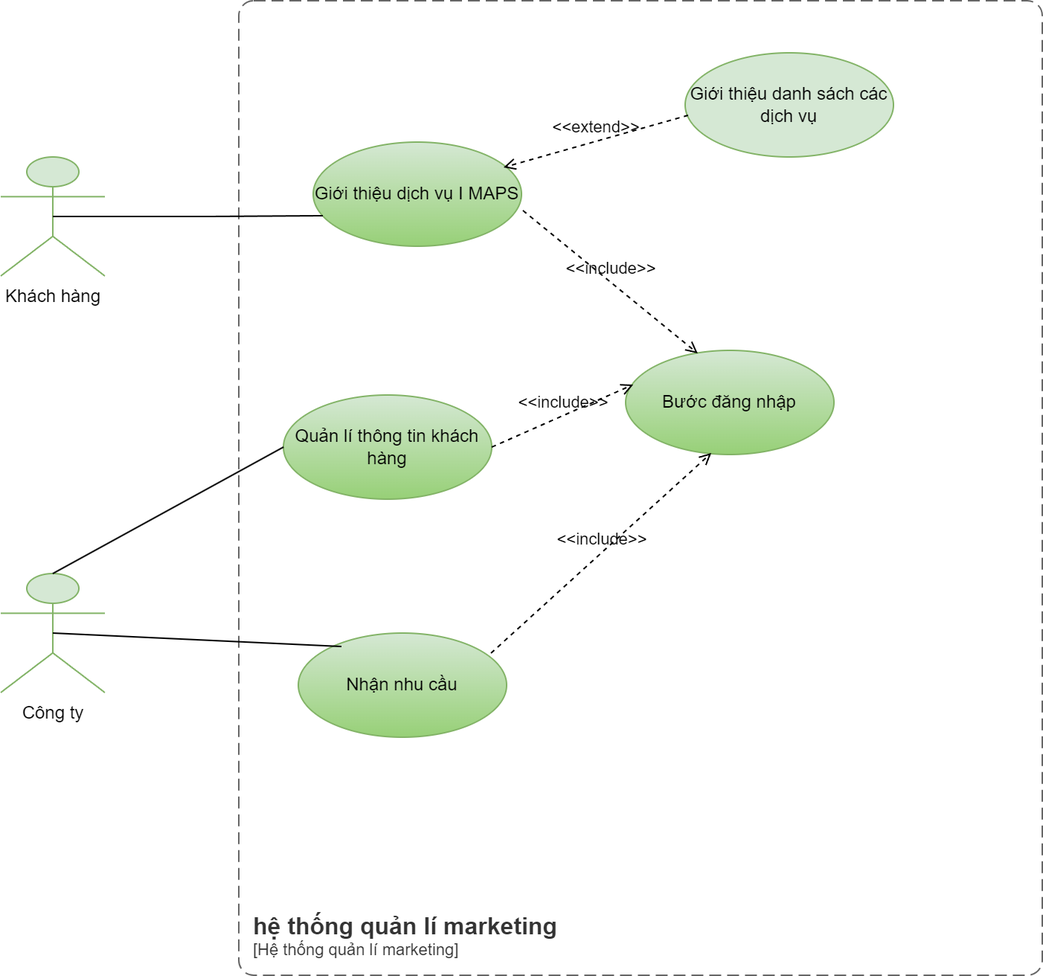
The draw.io diagram NhómPTTKHTT-UCD-Nhóm.drawio.png in PhanThienAn48k14-1/48k141.03, before a commit. Source tidied: cells renumbered, new cells last; positions are measured from the earlier drawing's top-left corner, leaving out a move shared by most shapes. Its diagram source:
```xml
<mxGraphModel>
  <root>
    <mxCell id="0" />
    <mxCell id="1" parent="0" />
    <object id="2" label="&lt;font style=&quot;font-size: 16px&quot;&gt;&lt;b&gt;&lt;div style=&quot;text-align: left&quot;&gt;%c4Name%&lt;/div&gt;&lt;/b&gt;&lt;/font&gt;&lt;div style=&quot;text-align: left&quot;&gt;[%c4Application%]&lt;/div&gt;" c4Application="Hệ thống quản lí marketing" c4Name="hệ thống quản lí marketing" c4Type="SystemScopeBoundary" placeholders="1">
      <mxCell style="rounded=1;fontSize=11;whiteSpace=wrap;html=1;dashed=1;arcSize=20;fillColor=none;strokeColor=#666666;fontColor=#333333;labelBackgroundColor=none;align=left;verticalAlign=bottom;labelBorderColor=none;spacingTop=0;spacing=10;dashPattern=8 4;perimeter=rectanglePerimeter;noLabel=0;labelPadding=0;absoluteArcSize=1;" parent="1" vertex="1">
        <mxGeometry x="160" width="540" height="655" as="geometry" />
      </mxCell>
    </object>
    <mxCell id="3" value="Công ty&lt;div&gt;&lt;br&gt;&lt;/div&gt;" style="shape=umlActor;verticalLabelPosition=bottom;verticalAlign=top;html=1;outlineConnect=0;fillColor=#d5e8d4;strokeColor=#82b366;" parent="1" vertex="1">
      <mxGeometry y="385" width="70" height="80" as="geometry" />
    </mxCell>
    <mxCell id="4" value="Khách hàng" style="shape=umlActor;verticalLabelPosition=bottom;verticalAlign=top;html=1;outlineConnect=0;fillColor=#d5e8d4;strokeColor=#82b366;" parent="1" vertex="1">
      <mxGeometry y="105" width="70" height="80" as="geometry" />
    </mxCell>
    <mxCell id="5" value="Bước đăng nhập" style="ellipse;whiteSpace=wrap;html=1;fillColor=#d5e8d4;gradientColor=#97d077;strokeColor=#82b366;" parent="1" vertex="1">
      <mxGeometry x="420" y="235" width="140" height="70" as="geometry" />
    </mxCell>
    <mxCell id="6" value="Giới thiệu dịch vụ I MAPS" style="ellipse;whiteSpace=wrap;html=1;fillColor=#d5e8d4;gradientColor=#97d077;strokeColor=#82b366;" parent="1" vertex="1">
      <mxGeometry x="210" y="95" width="140" height="70" as="geometry" />
    </mxCell>
    <mxCell id="7" value="Nhận nhu cầu" style="ellipse;whiteSpace=wrap;html=1;fillColor=#d5e8d4;gradientColor=#97d077;strokeColor=#82b366;" parent="1" vertex="1">
      <mxGeometry x="200" y="425" width="140" height="70" as="geometry" />
    </mxCell>
    <mxCell id="8" value="&amp;lt;&amp;lt;include&amp;gt;&amp;gt;" style="html=1;verticalAlign=bottom;labelBackgroundColor=none;endArrow=open;endFill=0;dashed=1;rounded=0;entryX=0.346;entryY=0.029;entryDx=0;entryDy=0;entryPerimeter=0;exitX=1.007;exitY=0.657;exitDx=0;exitDy=0;exitPerimeter=0;" parent="1" edge="1" source="6" target="5">
      <mxGeometry relative="1" as="geometry" />
    </mxCell>
    <mxCell id="9" value="&amp;lt;&amp;lt;include&amp;gt;&amp;gt;" style="html=1;verticalAlign=bottom;labelBackgroundColor=none;endArrow=open;endFill=0;dashed=1;rounded=0;entryX=0.411;entryY=0.986;entryDx=0;entryDy=0;entryPerimeter=0;exitX=0.925;exitY=0.193;exitDx=0;exitDy=0;exitPerimeter=0;" parent="1" edge="1" source="7" target="5">
      <mxGeometry relative="1" as="geometry" />
    </mxCell>
    <mxCell id="10" value="Giới thiệu danh sách các dịch vụ" style="ellipse;whiteSpace=wrap;html=1;fillColor=#d5e8d4;strokeColor=#82b366;" parent="1" vertex="1">
      <mxGeometry x="460" y="35" width="140" height="70" as="geometry" />
    </mxCell>
    <mxCell id="11" value="&amp;lt;&amp;lt;extend&amp;gt;&amp;gt;" style="html=1;verticalAlign=bottom;labelBackgroundColor=none;endArrow=open;endFill=0;dashed=1;rounded=0;entryX=0.914;entryY=0.243;entryDx=0;entryDy=0;exitX=0.014;exitY=0.6;exitDx=0;exitDy=0;exitPerimeter=0;entryPerimeter=0;" parent="1" edge="1" source="10" target="6">
      <mxGeometry relative="1" as="geometry" />
    </mxCell>
    <mxCell id="12" value="Quản lí thông tin khách hàng" style="ellipse;whiteSpace=wrap;html=1;fillColor=#d5e8d4;gradientColor=#97d077;strokeColor=#82b366;" parent="1" vertex="1">
      <mxGeometry x="190" y="265" width="140" height="70" as="geometry" />
    </mxCell>
    <mxCell id="13" value="&amp;lt;&amp;lt;include&amp;gt;&amp;gt;" style="html=1;verticalAlign=bottom;labelBackgroundColor=none;endArrow=open;endFill=0;dashed=1;rounded=0;entryX=0.036;entryY=0.329;entryDx=0;entryDy=0;entryPerimeter=0;exitX=1;exitY=0.5;exitDx=0;exitDy=0;" parent="1" edge="1" source="12" target="5">
      <mxGeometry relative="1" as="geometry" />
    </mxCell>
    <mxCell id="14" style="endArrow=none;html=1;rounded=0;align=center;verticalAlign=bottom;endFill=0;labelBackgroundColor=none;endSize=8;entryX=0.207;entryY=0.129;entryDx=0;entryDy=0;entryPerimeter=0;exitX=0.5;exitY=0.5;exitDx=0;exitDy=0;exitPerimeter=0;" parent="1" edge="1" source="3" target="7">
      <mxGeometry relative="1" as="geometry" />
    </mxCell>
    <mxCell id="15" style="html=1;align=center;verticalAlign=top;labelBackgroundColor=none;" parent="14" vertex="1">
      <mxGeometry relative="1" as="geometry" />
    </mxCell>
    <mxCell id="16" style="endArrow=none;html=1;rounded=0;align=center;verticalAlign=bottom;endFill=0;labelBackgroundColor=none;endSize=8;entryX=0;entryY=0.5;entryDx=0;entryDy=0;exitX=0.5;exitY=0;exitDx=0;exitDy=0;exitPerimeter=0;" parent="1" edge="1" source="3" target="12">
      <mxGeometry relative="1" as="geometry" />
    </mxCell>
    <mxCell id="17" style="html=1;align=center;verticalAlign=top;labelBackgroundColor=none;" parent="16" vertex="1">
      <mxGeometry relative="1" as="geometry" />
    </mxCell>
    <mxCell id="18" style="edgeStyle=orthogonalEdgeStyle;rounded=0;jettySize=auto;html=1;entryX=0.046;entryY=0.707;entryDx=0;entryDy=0;entryPerimeter=0;endArrow=none;endFill=0;exitX=0.5;exitY=0.5;exitDx=0;exitDy=0;exitPerimeter=0;" parent="1" edge="1" source="4" target="6">
      <mxGeometry relative="1" as="geometry" />
    </mxCell>
  </root>
</mxGraphModel>
```
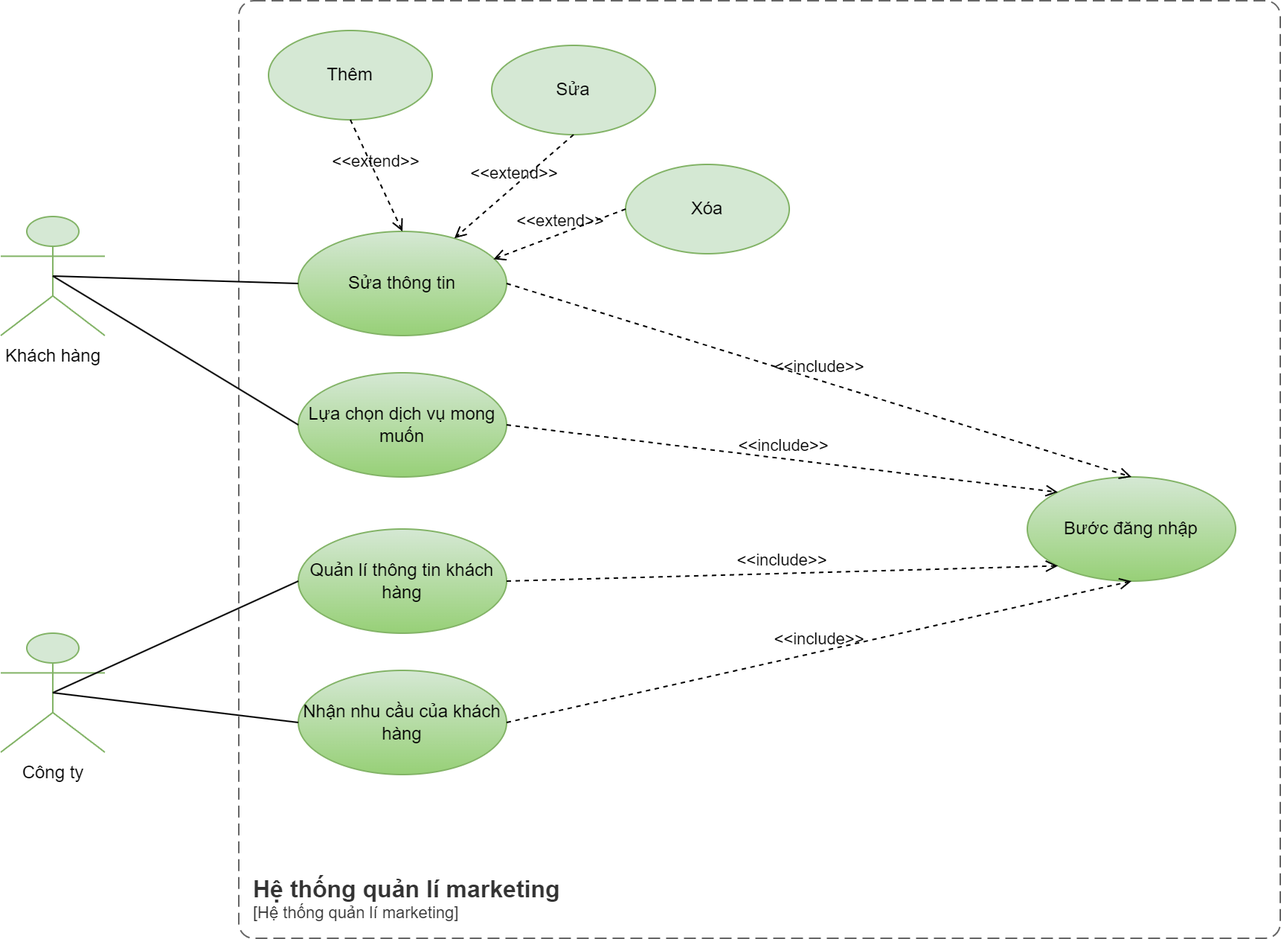
Later version of the same file.

Change to the diagram source:
```diff
@@ -2,58 +2,79 @@
   <root>
     <mxCell id="0" />
     <mxCell id="1" parent="0" />
-    <object id="2" label="&lt;font style=&quot;font-size: 16px&quot;&gt;&lt;b&gt;&lt;div style=&quot;text-align: left&quot;&gt;%c4Name%&lt;/div&gt;&lt;/b&gt;&lt;/font&gt;&lt;div style=&quot;text-align: left&quot;&gt;[%c4Application%]&lt;/div&gt;" c4Application="Hệ thống quản lí marketing" c4Name="hệ thống quản lí marketing" c4Type="SystemScopeBoundary" placeholders="1">
+    <object id="2" label="&lt;font style=&quot;font-size: 16px&quot;&gt;&lt;b&gt;&lt;div style=&quot;text-align: left&quot;&gt;%c4Name%&lt;/div&gt;&lt;/b&gt;&lt;/font&gt;&lt;div style=&quot;text-align: left&quot;&gt;[%c4Application%]&lt;/div&gt;" c4Application="Hệ thống quản lí marketing" c4Name="Hệ thống quản lí marketing" c4Type="SystemScopeBoundary" placeholders="1">
       <mxCell style="rounded=1;fontSize=11;whiteSpace=wrap;html=1;dashed=1;arcSize=20;fillColor=none;strokeColor=#666666;fontColor=#333333;labelBackgroundColor=none;align=left;verticalAlign=bottom;labelBorderColor=none;spacingTop=0;spacing=10;dashPattern=8 4;perimeter=rectanglePerimeter;noLabel=0;labelPadding=0;absoluteArcSize=1;" parent="1" vertex="1">
-        <mxGeometry x="160" width="540" height="655" as="geometry" />
+        <mxGeometry x="40" y="-40" width="700" height="630" as="geometry" />
       </mxCell>
     </object>
     <mxCell id="3" value="Công ty&lt;div&gt;&lt;br&gt;&lt;/div&gt;" style="shape=umlActor;verticalLabelPosition=bottom;verticalAlign=top;html=1;outlineConnect=0;fillColor=#d5e8d4;strokeColor=#82b366;" parent="1" vertex="1">
-      <mxGeometry y="385" width="70" height="80" as="geometry" />
+      <mxGeometry x="-120" y="385" width="70" height="80" as="geometry" />
     </mxCell>
     <mxCell id="4" value="Khách hàng" style="shape=umlActor;verticalLabelPosition=bottom;verticalAlign=top;html=1;outlineConnect=0;fillColor=#d5e8d4;strokeColor=#82b366;" parent="1" vertex="1">
-      <mxGeometry y="105" width="70" height="80" as="geometry" />
+      <mxGeometry x="-120" y="105" width="70" height="80" as="geometry" />
     </mxCell>
     <mxCell id="5" value="Bước đăng nhập" style="ellipse;whiteSpace=wrap;html=1;fillColor=#d5e8d4;gradientColor=#97d077;strokeColor=#82b366;" parent="1" vertex="1">
-      <mxGeometry x="420" y="235" width="140" height="70" as="geometry" />
+      <mxGeometry x="570" y="280" width="140" height="70" as="geometry" />
     </mxCell>
-    <mxCell id="6" value="Giới thiệu dịch vụ I MAPS" style="ellipse;whiteSpace=wrap;html=1;fillColor=#d5e8d4;gradientColor=#97d077;strokeColor=#82b366;" parent="1" vertex="1">
-      <mxGeometry x="210" y="95" width="140" height="70" as="geometry" />
-    </mxCell>
-    <mxCell id="7" value="Nhận nhu cầu" style="ellipse;whiteSpace=wrap;html=1;fillColor=#d5e8d4;gradientColor=#97d077;strokeColor=#82b366;" parent="1" vertex="1">
-      <mxGeometry x="200" y="425" width="140" height="70" as="geometry" />
+    <mxCell id="7" value="Nhận nhu cầu của khách hàng" style="ellipse;whiteSpace=wrap;html=1;fillColor=#d5e8d4;gradientColor=#97d077;strokeColor=#82b366;" parent="1" vertex="1">
+      <mxGeometry x="80" y="410" width="140" height="70" as="geometry" />
     </mxCell>
-    <mxCell id="8" value="&amp;lt;&amp;lt;include&amp;gt;&amp;gt;" style="html=1;verticalAlign=bottom;labelBackgroundColor=none;endArrow=open;endFill=0;dashed=1;rounded=0;entryX=0.346;entryY=0.029;entryDx=0;entryDy=0;entryPerimeter=0;exitX=1.007;exitY=0.657;exitDx=0;exitDy=0;exitPerimeter=0;" parent="1" edge="1" source="6" target="5">
-      <mxGeometry relative="1" as="geometry" />
-    </mxCell>
-    <mxCell id="9" value="&amp;lt;&amp;lt;include&amp;gt;&amp;gt;" style="html=1;verticalAlign=bottom;labelBackgroundColor=none;endArrow=open;endFill=0;dashed=1;rounded=0;entryX=0.411;entryY=0.986;entryDx=0;entryDy=0;entryPerimeter=0;exitX=0.925;exitY=0.193;exitDx=0;exitDy=0;exitPerimeter=0;" parent="1" edge="1" source="7" target="5">
-      <mxGeometry relative="1" as="geometry" />
-    </mxCell>
-    <mxCell id="10" value="Giới thiệu danh sách các dịch vụ" style="ellipse;whiteSpace=wrap;html=1;fillColor=#d5e8d4;strokeColor=#82b366;" parent="1" vertex="1">
-      <mxGeometry x="460" y="35" width="140" height="70" as="geometry" />
-    </mxCell>
-    <mxCell id="11" value="&amp;lt;&amp;lt;extend&amp;gt;&amp;gt;" style="html=1;verticalAlign=bottom;labelBackgroundColor=none;endArrow=open;endFill=0;dashed=1;rounded=0;entryX=0.914;entryY=0.243;entryDx=0;entryDy=0;exitX=0.014;exitY=0.6;exitDx=0;exitDy=0;exitPerimeter=0;entryPerimeter=0;" parent="1" edge="1" source="10" target="6">
-      <mxGeometry relative="1" as="geometry" />
-    </mxCell>
     <mxCell id="12" value="Quản lí thông tin khách hàng" style="ellipse;whiteSpace=wrap;html=1;fillColor=#d5e8d4;gradientColor=#97d077;strokeColor=#82b366;" parent="1" vertex="1">
-      <mxGeometry x="190" y="265" width="140" height="70" as="geometry" />
+      <mxGeometry x="80" y="315" width="140" height="70" as="geometry" />
     </mxCell>
-    <mxCell id="13" value="&amp;lt;&amp;lt;include&amp;gt;&amp;gt;" style="html=1;verticalAlign=bottom;labelBackgroundColor=none;endArrow=open;endFill=0;dashed=1;rounded=0;entryX=0.036;entryY=0.329;entryDx=0;entryDy=0;entryPerimeter=0;exitX=1;exitY=0.5;exitDx=0;exitDy=0;" parent="1" edge="1" source="12" target="5">
-      <mxGeometry relative="1" as="geometry" />
-    </mxCell>
-    <mxCell id="14" style="endArrow=none;html=1;rounded=0;align=center;verticalAlign=bottom;endFill=0;labelBackgroundColor=none;endSize=8;entryX=0.207;entryY=0.129;entryDx=0;entryDy=0;entryPerimeter=0;exitX=0.5;exitY=0.5;exitDx=0;exitDy=0;exitPerimeter=0;" parent="1" edge="1" source="3" target="7">
+    <mxCell id="14" style="endArrow=none;html=1;rounded=0;align=center;verticalAlign=bottom;endFill=0;labelBackgroundColor=none;endSize=8;entryX=0;entryY=0.5;entryDx=0;entryDy=0;exitX=0.5;exitY=0.5;exitDx=0;exitDy=0;exitPerimeter=0;" parent="1" edge="1" source="3" target="7">
       <mxGeometry relative="1" as="geometry" />
     </mxCell>
     <mxCell id="15" style="html=1;align=center;verticalAlign=top;labelBackgroundColor=none;" parent="14" vertex="1">
       <mxGeometry relative="1" as="geometry" />
     </mxCell>
-    <mxCell id="16" style="endArrow=none;html=1;rounded=0;align=center;verticalAlign=bottom;endFill=0;labelBackgroundColor=none;endSize=8;entryX=0;entryY=0.5;entryDx=0;entryDy=0;exitX=0.5;exitY=0;exitDx=0;exitDy=0;exitPerimeter=0;" parent="1" edge="1" source="3" target="12">
+    <mxCell id="16" style="endArrow=none;html=1;rounded=0;align=center;verticalAlign=bottom;endFill=0;labelBackgroundColor=none;endSize=8;entryX=0;entryY=0.5;entryDx=0;entryDy=0;exitX=0.5;exitY=0.5;exitDx=0;exitDy=0;exitPerimeter=0;" parent="1" edge="1" source="3" target="12">
       <mxGeometry relative="1" as="geometry" />
     </mxCell>
     <mxCell id="17" style="html=1;align=center;verticalAlign=top;labelBackgroundColor=none;" parent="16" vertex="1">
       <mxGeometry relative="1" as="geometry" />
     </mxCell>
-    <mxCell id="18" style="edgeStyle=orthogonalEdgeStyle;rounded=0;jettySize=auto;html=1;entryX=0.046;entryY=0.707;entryDx=0;entryDy=0;entryPerimeter=0;endArrow=none;endFill=0;exitX=0.5;exitY=0.5;exitDx=0;exitDy=0;exitPerimeter=0;" parent="1" edge="1" source="4" target="6">
-      <mxGeometry relative="1" as="geometry" />
-    </mxCell>
+    <mxCell id="19" value="Lựa chọn dịch vụ mong muốn" style="ellipse;whiteSpace=wrap;html=1;fillColor=#d5e8d4;gradientColor=#97d077;strokeColor=#82b366;" parent="1" vertex="1">
+      <mxGeometry x="80" y="210" width="140" height="70" as="geometry" />
+    </mxCell>
+    <mxCell id="20" style="rounded=0;jettySize=auto;html=1;entryX=0;entryY=0.5;entryDx=0;entryDy=0;endArrow=none;endFill=0;exitX=0.5;exitY=0.5;exitDx=0;exitDy=0;exitPerimeter=0;" parent="1" edge="1" source="4" target="19">
+      <mxGeometry relative="1" as="geometry" />
+    </mxCell>
+    <mxCell id="9" value="&amp;lt;&amp;lt;include&amp;gt;&amp;gt;" style="html=1;verticalAlign=bottom;labelBackgroundColor=none;endArrow=open;endFill=0;dashed=1;rounded=0;entryX=0.5;entryY=1;entryDx=0;entryDy=0;exitX=1;exitY=0.5;exitDx=0;exitDy=0;" parent="1" edge="1" source="7" target="5">
+      <mxGeometry relative="1" as="geometry" />
+    </mxCell>
+    <mxCell id="13" value="&amp;lt;&amp;lt;include&amp;gt;&amp;gt;" style="html=1;verticalAlign=bottom;labelBackgroundColor=none;endArrow=open;endFill=0;dashed=1;rounded=0;entryX=0;entryY=1;entryDx=0;entryDy=0;exitX=1;exitY=0.5;exitDx=0;exitDy=0;" parent="1" edge="1" source="12" target="5">
+      <mxGeometry relative="1" as="geometry" />
+    </mxCell>
+    <mxCell id="21" value="&amp;lt;&amp;lt;include&amp;gt;&amp;gt;" style="html=1;verticalAlign=bottom;labelBackgroundColor=none;endArrow=open;endFill=0;dashed=1;rounded=0;entryX=0;entryY=0;entryDx=0;entryDy=0;exitX=1;exitY=0.5;exitDx=0;exitDy=0;" parent="1" edge="1" source="19" target="5">
+      <mxGeometry relative="1" as="geometry" />
+    </mxCell>
+    <mxCell id="22" value="Sửa thông tin" style="ellipse;whiteSpace=wrap;html=1;fillColor=#d5e8d4;gradientColor=#97d077;strokeColor=#82b366;" parent="1" vertex="1">
+      <mxGeometry x="80" y="115" width="140" height="70" as="geometry" />
+    </mxCell>
+    <mxCell id="23" value="&amp;lt;&amp;lt;include&amp;gt;&amp;gt;" style="html=1;verticalAlign=bottom;labelBackgroundColor=none;endArrow=open;endFill=0;dashed=1;rounded=0;entryX=0.5;entryY=0;entryDx=0;entryDy=0;exitX=1;exitY=0.5;exitDx=0;exitDy=0;" parent="1" edge="1" source="22" target="5">
+      <mxGeometry relative="1" as="geometry" />
+    </mxCell>
+    <mxCell id="24" value="Thêm" style="ellipse;whiteSpace=wrap;html=1;fillColor=#d5e8d4;strokeColor=#82b366;" parent="1" vertex="1">
+      <mxGeometry x="60" y="-20" width="110" height="60" as="geometry" />
+    </mxCell>
+    <mxCell id="25" value="&amp;lt;&amp;lt;extend&amp;gt;&amp;gt;" style="html=1;verticalAlign=bottom;labelBackgroundColor=none;endArrow=open;endFill=0;dashed=1;rounded=0;entryX=0.5;entryY=0;entryDx=0;entryDy=0;exitX=0.5;exitY=1;exitDx=0;exitDy=0;" parent="1" edge="1" source="24" target="22">
+      <mxGeometry relative="1" as="geometry" />
+    </mxCell>
+    <mxCell id="26" value="Xóa" style="ellipse;whiteSpace=wrap;html=1;fillColor=#D4E8D3;strokeColor=#82b366;" parent="1" vertex="1">
+      <mxGeometry x="300" y="70" width="110" height="60" as="geometry" />
+    </mxCell>
+    <mxCell id="27" value="&amp;lt;&amp;lt;extend&amp;gt;&amp;gt;" style="html=1;verticalAlign=bottom;labelBackgroundColor=none;endArrow=open;endFill=0;dashed=1;rounded=0;exitX=0;exitY=0.5;exitDx=0;exitDy=0;entryX=0.937;entryY=0.267;entryDx=0;entryDy=0;entryPerimeter=0;" parent="1" edge="1" source="26" target="22">
+      <mxGeometry relative="1" as="geometry" />
+    </mxCell>
+    <mxCell id="28" value="Sửa" style="ellipse;whiteSpace=wrap;html=1;fillColor=#d5e8d4;strokeColor=#82b366;" parent="1" vertex="1">
+      <mxGeometry x="210" y="-10" width="110" height="60" as="geometry" />
+    </mxCell>
+    <mxCell id="29" style="rounded=0;jettySize=auto;html=1;entryX=0;entryY=0.5;entryDx=0;entryDy=0;endArrow=none;endFill=0;exitX=0.5;exitY=0.5;exitDx=0;exitDy=0;exitPerimeter=0;" parent="1" edge="1" source="4" target="22">
+      <mxGeometry relative="1" as="geometry" />
+    </mxCell>
+    <mxCell id="30" value="&amp;lt;&amp;lt;extend&amp;gt;&amp;gt;" style="html=1;verticalAlign=bottom;labelBackgroundColor=none;endArrow=open;endFill=0;dashed=1;rounded=0;exitX=0.5;exitY=1;exitDx=0;exitDy=0;" parent="1" edge="1" source="28" target="22">
+      <mxGeometry relative="1" as="geometry" />
+    </mxCell>
   </root>
 </mxGraphModel>
```
